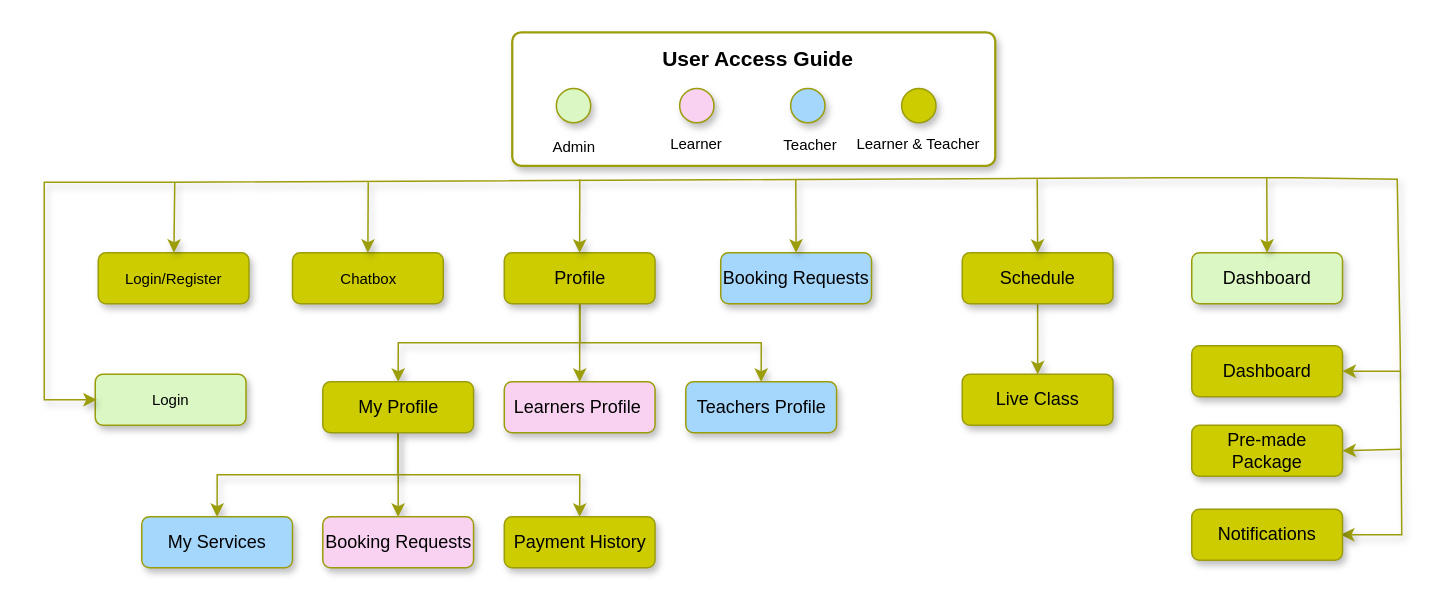
This is page "Top-down Approach" (13 of 13) of Untitled Diagram.drawio from Nashciong/JavaCodes, a draw.io file, before an edit. Source tidied: cells renumbered, new cells numbered last; positions are measured from the earlier drawing's top-left corner, leaving out a move shared by most shapes. Both pictures are drawn from the tidied source at 150%, with x=0, y=0 at pixel (44, 32).
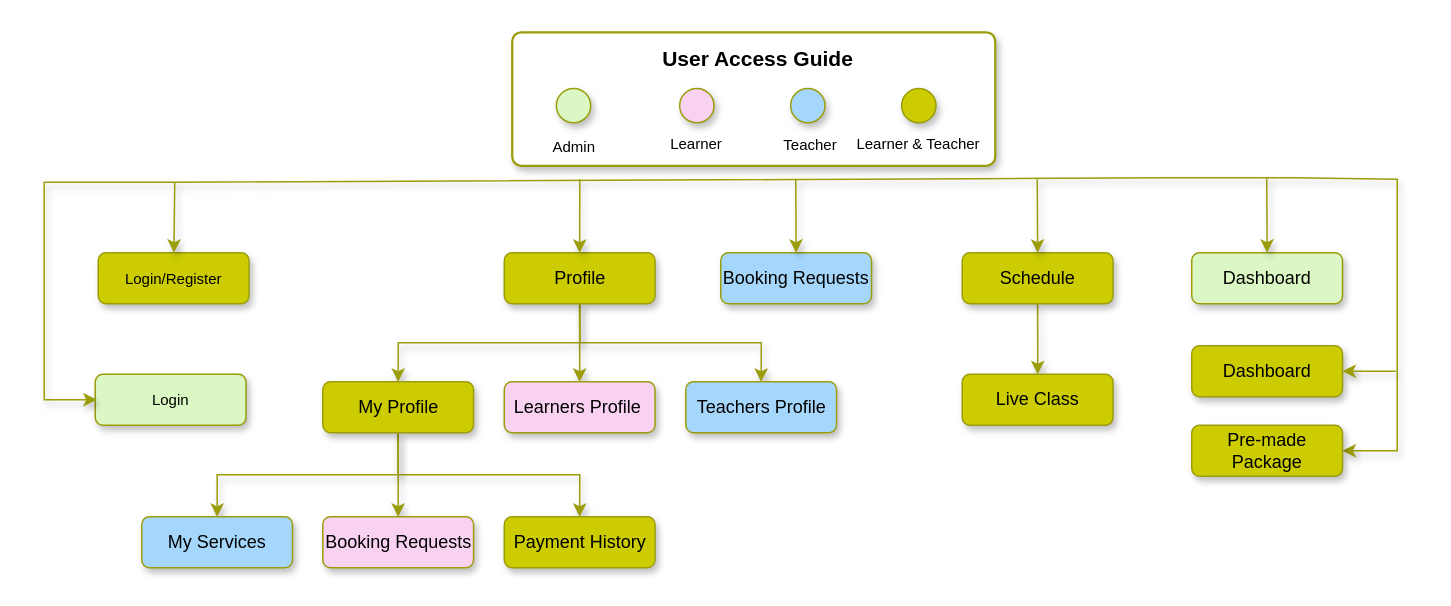
Above is the later version.

Unchanged cells that the change refers to:
```xml
<mxCell id="22" value="&lt;font style=&quot;font-size: 12px;&quot;&gt;Dashboard&lt;/font&gt;" style="rounded=1;whiteSpace=wrap;html=1;strokeColor=#9B9D0B;shadow=1;fillColor=#CCCC00;" parent="1" vertex="1">
  <mxGeometry x="765" y="209" width="100.5" height="34" as="geometry" />
</mxCell>
<mxCell id="44" value="&lt;font style=&quot;font-size: 12px;&quot;&gt;Pre-made&lt;br&gt;Package&lt;br&gt;&lt;/font&gt;" style="rounded=1;whiteSpace=wrap;html=1;strokeColor=#9B9D0B;shadow=1;fillColor=#CCCC00;" parent="1" vertex="1">
  <mxGeometry x="765" y="262" width="100.5" height="34" as="geometry" />
</mxCell>
```

What changed in the source:
```diff
@@
-    <mxCell id="20" style="endArrow=classic;startArrow=classic;html=1;rounded=0;entryX=0;entryY=0.5;entryDx=0;entryDy=0;exitX=1;exitY=0.5;exitDx=0;exitDy=0;shadow=1;strokeColor=#9B9D0B;" parent="1" edge="1">
+    <mxCell id="20" style="endArrow=classic;startArrow=classic;html=1;rounded=0;entryX=0;entryY=0.5;entryDx=0;entryDy=0;exitX=1;exitY=0.5;exitDx=0;exitDy=0;shadow=1;strokeColor=#9B9D0B;" parent="1" edge="1" source="44">
       <mxGeometry relative="1" as="geometry">
-        <mxPoint x="864.5" y="335" as="sourcePoint" />
         <mxPoint x="35" y="245" as="targetPoint" />
         <Array as="points">
-          <mxPoint x="905" y="335" />
-          <mxPoint x="904" y="213" />
+          <mxPoint x="902" y="279" />
           <mxPoint x="902" y="98" />
           <mxPoint x="833" y="97" />
           <mxPoint x="750" y="97" />
           <mxPoint x="85" y="100" />
           <mxPoint y="100" />
           <mxPoint y="245" />
         </Array>
       </mxGeometry>
     </mxCell>
@@
-    <mxCell id="27" value="&lt;font style=&quot;font-size: 12px;&quot;&gt;Notifications&lt;/font&gt;" style="rounded=1;whiteSpace=wrap;html=1;strokeColor=#9B9D0B;shadow=1;fillColor=#CCCC00;" parent="1" vertex="1">
-      <mxGeometry x="765" y="318" width="100.5" height="34" as="geometry" />
-    </mxCell>
@@
     <mxCell id="41" style="endArrow=classic;html=1;rounded=0;shadow=1;strokeColor=#9B9D0B;entryX=1;entryY=0.5;entryDx=0;entryDy=0;" parent="1" edge="1" target="22">
       <mxGeometry relative="1" as="geometry">
-        <mxPoint x="904" y="226" as="sourcePoint" />
+        <mxPoint x="901" y="226" as="sourcePoint" />
       </mxGeometry>
     </mxCell>
-    <mxCell id="42" value="&lt;font style=&quot;font-size: 10px;&quot;&gt;Chatbox&lt;/font&gt;" style="rounded=1;whiteSpace=wrap;html=1;strokeColor=#9B9D0B;shadow=1;fillColor=#CCCC00;" parent="1" vertex="1">
-      <mxGeometry x="165.5" y="147" width="100.5" height="34" as="geometry" />
-    </mxCell>
-    <mxCell id="43" style="endArrow=classic;html=1;rounded=0;shadow=1;strokeColor=#9B9D0B;entryX=0.5;entryY=0;entryDx=0;entryDy=0;" parent="1" edge="1" target="42">
-      <mxGeometry relative="1" as="geometry">
-        <mxPoint x="216" y="100" as="sourcePoint" />
-        <Array as="points">
-          <mxPoint x="216" y="100" />
-        </Array>
-      </mxGeometry>
-    </mxCell>
@@
-    <mxCell id="45" style="endArrow=classic;html=1;rounded=0;shadow=1;strokeColor=#9B9D0B;entryX=1;entryY=0.5;entryDx=0;entryDy=0;" parent="1" edge="1" target="44">
-      <mxGeometry relative="1" as="geometry">
-        <mxPoint x="904" y="278" as="sourcePoint" />
-      </mxGeometry>
-    </mxCell>
```
